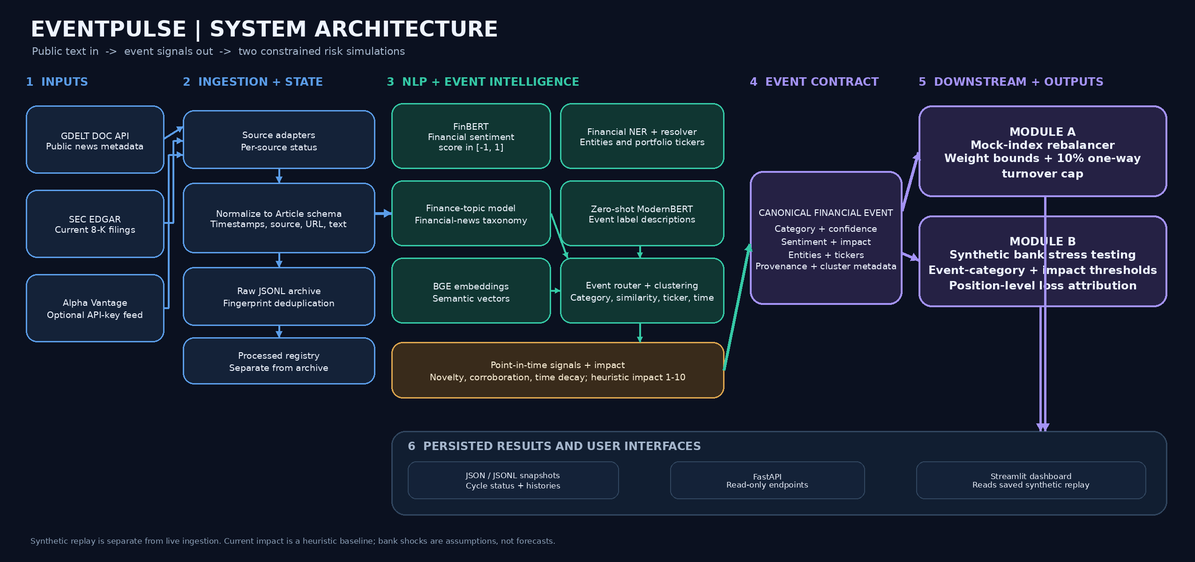
Earlier version of the Mermaid export docs/architecture.png (vanshg18/IIITD-Vansh-Goyal-hackathon). Its source is kept beside it as docs/architecture.mmd.
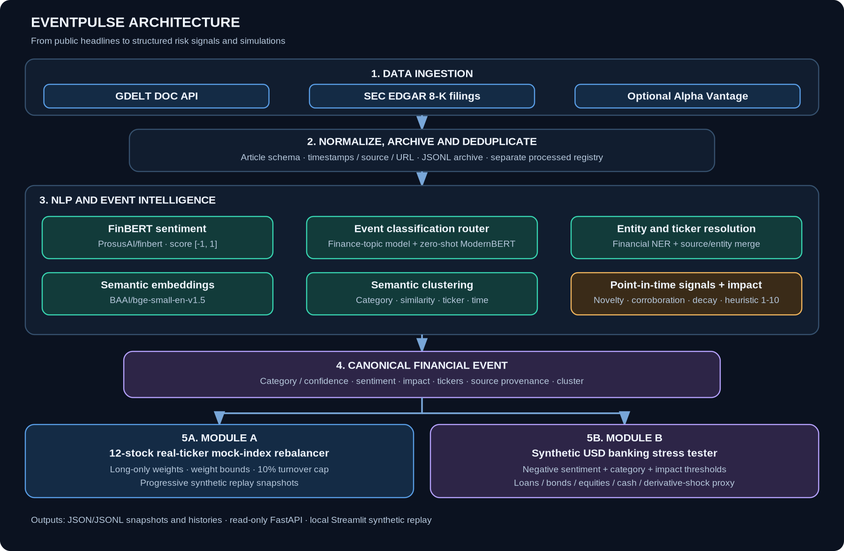
After the commit.

What changed in the source:
```diff
@@ -29,7 +29,7 @@
 
     subgraph ACTIONS["5. Downstream simulations"]
         A["Module A\nLong-only mock-index rebalancer\nWeight bounds + 10% one-way turnover cap"]
-        B["Module B\nSynthetic banking portfolio stress tester\nCategory / impact scenario triggers"]
+        B["Module B\nSynthetic banking stress tester\nNegative sentiment + category + impact gates\nDerivative shock proxy"]
     end
 
     subgraph PRESENT["6. Outputs and presentation"]
```
